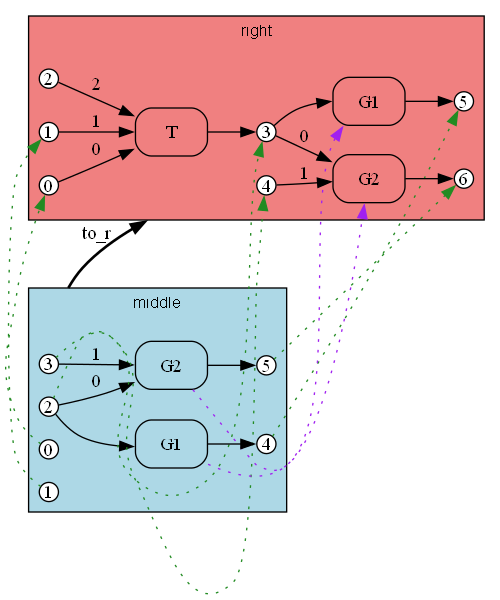
Above: crates/bhyp/images/test_copy_subst_commute/path2_substitution_result_span_to_r.png in ammatsui/bhypvis (Graphviz), before the change. Its source is kept beside it as crates/bhyp/images/test_copy_subst_commute/path2_substitution_result_span_to_r.dot.
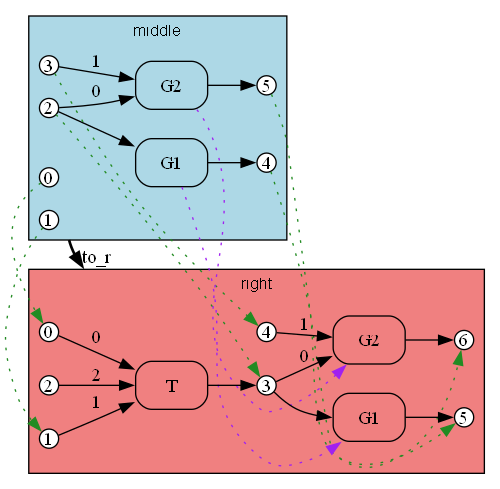
The same file after the commit.

Change to the diagram source:
```diff
@@ -12,12 +12,12 @@
     fontname="Helvetica";
     fontsize=12;
 
-    dom_n5 [label="5", shape=circle, style=filled, fillcolor=white, color="black", width=0.2, height=0.2, fixedsize=true];
     dom_n1 [label="1", shape=circle, style=filled, fillcolor=white, color="black", width=0.2, height=0.2, fixedsize=true];
+    dom_n4 [label="4", shape=circle, style=filled, fillcolor=white, color="black", width=0.2, height=0.2, fixedsize=true];
     dom_n0 [label="0", shape=circle, style=filled, fillcolor=white, color="black", width=0.2, height=0.2, fixedsize=true];
     dom_n2 [label="2", shape=circle, style=filled, fillcolor=white, color="black", width=0.2, height=0.2, fixedsize=true];
     dom_n3 [label="3", shape=circle, style=filled, fillcolor=white, color="black", width=0.2, height=0.2, fixedsize=true];
-    dom_n4 [label="4", shape=circle, style=filled, fillcolor=white, color="black", width=0.2, height=0.2, fixedsize=true];
+    dom_n5 [label="5", shape=circle, style=filled, fillcolor=white, color="black", width=0.2, height=0.2, fixedsize=true];
     dom_e0 [label="G2", shape=box, style=rounded, color="black"];
     dom_e1 [label="G1", shape=box, style=rounded, color="black"];
     dom_n2 -> dom_e0 [label="0"];
@@ -35,33 +35,33 @@
     fontname="Helvetica";
     fontsize=12;
 
+    cod_n6 [label="6", shape=circle, style=filled, fillcolor=white, color="black", width=0.2, height=0.2, fixedsize=true];
+    cod_n1 [label="1", shape=circle, style=filled, fillcolor=white, color="black", width=0.2, height=0.2, fixedsize=true];
+    cod_n2 [label="2", shape=circle, style=filled, fillcolor=white, color="black", width=0.2, height=0.2, fixedsize=true];
+    cod_n0 [label="0", shape=circle, style=filled, fillcolor=white, color="black", width=0.2, height=0.2, fixedsize=true];
+    cod_n3 [label="3", shape=circle, style=filled, fillcolor=white, color="black", width=0.2, height=0.2, fixedsize=true];
     cod_n4 [label="4", shape=circle, style=filled, fillcolor=white, color="black", width=0.2, height=0.2, fixedsize=true];
     cod_n5 [label="5", shape=circle, style=filled, fillcolor=white, color="black", width=0.2, height=0.2, fixedsize=true];
-    cod_n6 [label="6", shape=circle, style=filled, fillcolor=white, color="black", width=0.2, height=0.2, fixedsize=true];
-    cod_n0 [label="0", shape=circle, style=filled, fillcolor=white, color="black", width=0.2, height=0.2, fixedsize=true];
-    cod_n1 [label="1", shape=circle, style=filled, fillcolor=white, color="black", width=0.2, height=0.2, fixedsize=true];
-    cod_n2 [label="2", shape=circle, style=filled, fillcolor=white, color="black", width=0.2, height=0.2, fixedsize=true];
-    cod_n3 [label="3", shape=circle, style=filled, fillcolor=white, color="black", width=0.2, height=0.2, fixedsize=true];
+    cod_e0 [label="T", shape=box, style=rounded, color="black"];
     cod_e1 [label="G2", shape=box, style=rounded, color="black"];
-    cod_e0 [label="T", shape=box, style=rounded, color="black"];
     cod_e2 [label="G1", shape=box, style=rounded, color="black"];
-    cod_n3 -> cod_e1 [label="0"];
-    cod_n4 -> cod_e1 [label="1"];
-    cod_e1 -> cod_n6 [label=""];
     cod_n0 -> cod_e0 [label="0"];
     cod_n1 -> cod_e0 [label="1"];
     cod_n2 -> cod_e0 [label="2"];
     cod_e0 -> cod_n3 [label=""];
+    cod_n3 -> cod_e1 [label="0"];
+    cod_n4 -> cod_e1 [label="1"];
+    cod_e1 -> cod_n6 [label=""];
     cod_n3 -> cod_e2 [label=""];
     cod_e2 -> cod_n5 [label=""];
     cod_anchor [shape=point, width=0, height=0, style=invis];
   }
 
+  dom_n3 -> cod_n4 [style=dotted, color=forestgreen, constraint=false];
+  dom_n0 -> cod_n0 [style=dotted, color=forestgreen, constraint=false];
+  dom_n4 -> cod_n5 [style=dotted, color=forestgreen, constraint=false];
   dom_n2 -> cod_n3 [style=dotted, color=forestgreen, constraint=false];
-  dom_n0 -> cod_n0 [style=dotted, color=forestgreen, constraint=false];
-  dom_n3 -> cod_n4 [style=dotted, color=forestgreen, constraint=false];
   dom_n1 -> cod_n1 [style=dotted, color=forestgreen, constraint=false];
-  dom_n4 -> cod_n5 [style=dotted, color=forestgreen, constraint=false];
   dom_n5 -> cod_n6 [style=dotted, color=forestgreen, constraint=false];
   dom_e1 -> cod_e2 [style=dotted, color=purple, constraint=false];
   dom_e0 -> cod_e1 [style=dotted, color=purple, constraint=false];
```
